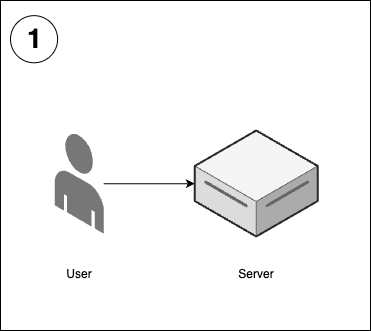
Above: docs/images/ch1/architecture-evolution-1.png in brikis98/devops-book (draw.io), before the change. Source tidied: cells renumbered, new cells last; positions are measured from the earlier drawing's top-left corner, leaving out a move shared by most shapes.
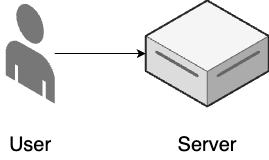
After the commit.

Diff of the diagram source:
```diff
@@ -2,25 +2,19 @@
   <root>
     <mxCell id="0" />
     <mxCell id="1" parent="0" />
-    <mxCell id="2" style="rounded=0;whiteSpace=wrap;html=1;fillColor=none;" parent="1" vertex="1">
-      <mxGeometry width="370" height="330" as="geometry" />
-    </mxCell>
-    <mxCell id="3" value="1" style="ellipse;whiteSpace=wrap;html=1;fontSize=27;fontStyle=1;spacing=2;spacingLeft=2;spacingTop=1;" parent="1" vertex="1">
-      <mxGeometry x="10" y="15.2" width="47.1" height="47.1" as="geometry" />
-    </mxCell>
-    <mxCell id="4" style="edgeStyle=orthogonalEdgeStyle;rounded=0;jettySize=auto;html=1;" parent="1" edge="1" source="5" target="6">
-      <mxGeometry relative="1" as="geometry" />
-    </mxCell>
-    <mxCell id="5" style="verticalLabelPosition=bottom;html=1;verticalAlign=top;strokeWidth=1;align=center;outlineConnect=0;dashed=0;outlineConnect=0;shape=mxgraph.aws3d.end_user;strokeColor=none;fillColor=#777777;" parent="1" vertex="1">
-      <mxGeometry x="54.2" y="132.8" width="49" height="100.5" as="geometry" />
-    </mxCell>
-    <mxCell id="6" value="&lt;div style=&quot;font-size: 8px;&quot;&gt;&lt;/div&gt;" style="verticalLabelPosition=middle;html=1;verticalAlign=top;strokeWidth=1;align=center;outlineConnect=0;dashed=0;outlineConnect=0;shape=mxgraph.aws3d.dataServer;strokeColor=#666666;fillColor=#f5f5f5;labelPosition=center;fontStyle=1;fontSize=33;fontColor=#333333;" parent="1" vertex="1">
-      <mxGeometry x="194.2" y="130" width="123" height="106" as="geometry" />
-    </mxCell>
+    <mxCell id="9" style="edgeStyle=orthogonalEdgeStyle;rounded=0;jettySize=auto;html=1;fontSize=20;" parent="1" edge="1" source="10" target="11">
+      <mxGeometry relative="1" as="geometry" />
+    </mxCell>
+    <mxCell id="10" style="verticalLabelPosition=bottom;html=1;verticalAlign=top;strokeWidth=1;align=center;outlineConnect=0;dashed=0;outlineConnect=0;shape=mxgraph.aws3d.end_user;strokeColor=none;fillColor=#777777;fontSize=20;" parent="1" vertex="1">
+      <mxGeometry x="54.2" y="132.8" width="49" height="100.5" as="geometry" />
+    </mxCell>
+    <mxCell id="11" value="&lt;div style=&quot;font-size: 20px;&quot;&gt;&lt;/div&gt;" style="verticalLabelPosition=middle;html=1;verticalAlign=top;strokeWidth=1;align=center;outlineConnect=0;dashed=0;outlineConnect=0;shape=mxgraph.aws3d.dataServer;strokeColor=#666666;fillColor=#f5f5f5;labelPosition=center;fontStyle=1;fontSize=20;fontColor=#333333;" parent="1" vertex="1">
+      <mxGeometry x="194.2" y="130" width="123" height="106" as="geometry" />
+    </mxCell>
-    <mxCell id="7" value="User" style="text;html=1;align=center;verticalAlign=middle;whiteSpace=wrap;rounded=0;" parent="1" vertex="1">
+    <mxCell id="7" value="User" style="text;html=1;align=center;verticalAlign=middle;whiteSpace=wrap;rounded=0;fontSize=20;" parent="1" vertex="1">
       <mxGeometry x="48.8" y="258.9" width="60" height="30" as="geometry" />
     </mxCell>
-    <mxCell id="8" value="Server" style="text;html=1;align=center;verticalAlign=middle;whiteSpace=wrap;rounded=0;" parent="1" vertex="1">
+    <mxCell id="8" value="Server" style="text;html=1;align=center;verticalAlign=middle;whiteSpace=wrap;rounded=0;fontSize=20;" parent="1" vertex="1">
       <mxGeometry x="225.8" y="258.9" width="60" height="30" as="geometry" />
     </mxCell>
   </root>
```
